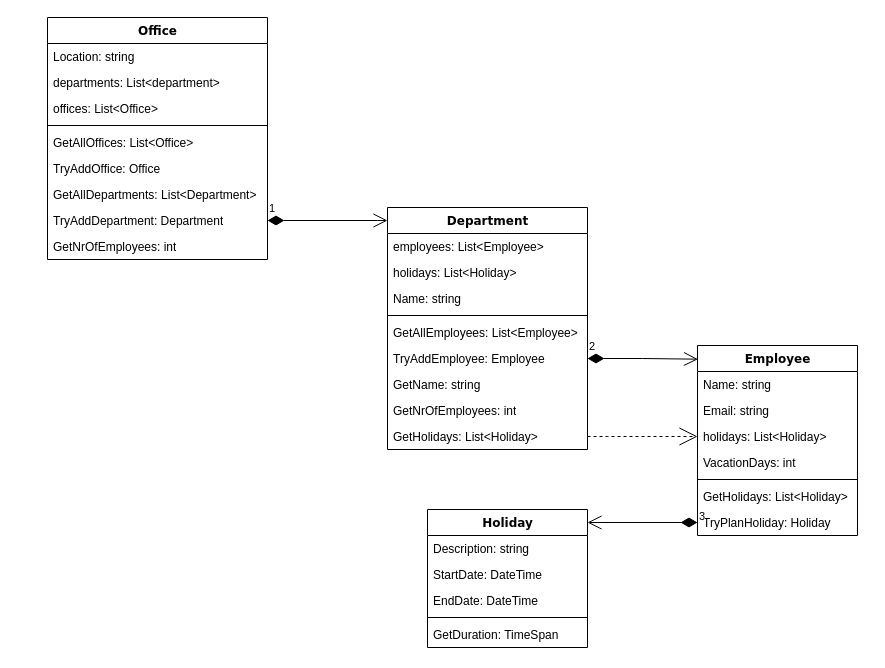
Earlier version of the draw.io diagram Startsemester/Software/Verdieping/VakantiePlanner/Idee/VakantiePlanner.drawio (Bash-04/MyLearningProcess). Source tidied: cells renumbered, new cells numbered last; positions are measured from the earlier drawing's top-left corner, leaving out a move shared by most shapes. Both pictures are drawn from the tidied source at 100%, with x=0, y=0 at pixel (47, 17).
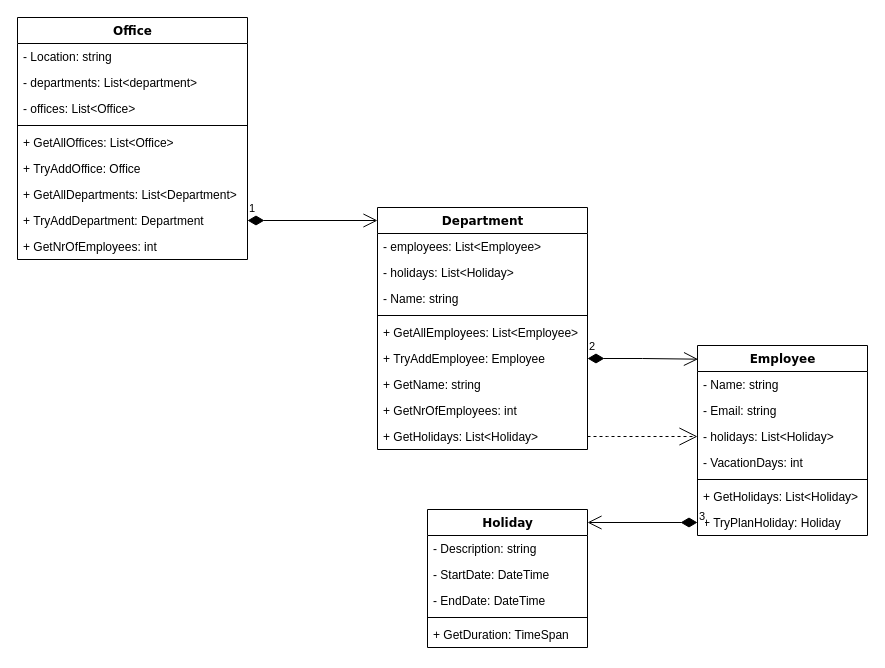
After the change.

Unchanged cells that the change refers to:
```xml
<mxCell id="30" value="Holiday" style="swimlane;html=1;fontStyle=1;align=center;verticalAlign=top;horizontal=1;startSize=26;swimlaneFillColor=#ffffff;rounded=0;shadow=0;comic=0;labelBackgroundColor=none;strokeWidth=1;fillColor=none;fontFamily=Verdana;fontSize=12;" parent="1" vertex="1">
  <mxGeometry x="380" y="492" width="160" height="138" as="geometry" />
</mxCell>
```

The edit, as a diff of the source:
```diff
@@
     <mxCell id="2" value="Office" style="swimlane;html=1;fontStyle=1;align=center;verticalAlign=top;horizontal=1;startSize=26;swimlaneFillColor=#ffffff;rounded=0;shadow=0;comic=0;labelBackgroundColor=none;strokeWidth=1;fillColor=none;fontFamily=Verdana;fontSize=12;" parent="1" vertex="1">
-      <mxGeometry width="220" height="242" as="geometry" />
+      <mxGeometry x="-30" width="230" height="242" as="geometry" />
     </mxCell>
-    <mxCell id="3" value="Location: string" style="text;html=1;strokeColor=none;fillColor=none;align=left;verticalAlign=top;spacingLeft=4;spacingRight=4;whiteSpace=wrap;overflow=hidden;" parent="2" vertex="1">
-      <mxGeometry y="26" width="220" height="26" as="geometry" />
+    <mxCell id="3" value="- Location: string" style="text;html=1;strokeColor=none;fillColor=none;align=left;verticalAlign=top;spacingLeft=4;spacingRight=4;whiteSpace=wrap;overflow=hidden;" parent="2" vertex="1">
+      <mxGeometry y="26" width="230" height="26" as="geometry" />
     </mxCell>
-    <mxCell id="4" value="departments: List&amp;lt;department&amp;gt;" style="text;html=1;strokeColor=none;fillColor=none;align=left;verticalAlign=top;spacingLeft=4;spacingRight=4;whiteSpace=wrap;overflow=hidden;" parent="2" vertex="1">
-      <mxGeometry y="52" width="220" height="26" as="geometry" />
+    <mxCell id="4" value="- departments: List&amp;lt;department&amp;gt;" style="text;html=1;strokeColor=none;fillColor=none;align=left;verticalAlign=top;spacingLeft=4;spacingRight=4;whiteSpace=wrap;overflow=hidden;" parent="2" vertex="1">
+      <mxGeometry y="52" width="230" height="26" as="geometry" />
     </mxCell>
-    <mxCell id="5" value="offices: List&amp;lt;Office&amp;gt;" style="text;html=1;strokeColor=none;fillColor=none;align=left;verticalAlign=top;spacingLeft=4;spacingRight=4;whiteSpace=wrap;overflow=hidden;" parent="2" vertex="1">
-      <mxGeometry y="78" width="220" height="26" as="geometry" />
+    <mxCell id="5" value="- offices: List&amp;lt;Office&amp;gt;" style="text;html=1;strokeColor=none;fillColor=none;align=left;verticalAlign=top;spacingLeft=4;spacingRight=4;whiteSpace=wrap;overflow=hidden;" parent="2" vertex="1">
+      <mxGeometry y="78" width="230" height="26" as="geometry" />
     </mxCell>
     <mxCell id="6" style="line;html=1;strokeWidth=1;fillColor=none;align=left;verticalAlign=middle;spacingTop=-1;spacingLeft=3;spacingRight=3;labelPosition=right;" parent="2" vertex="1">
-      <mxGeometry y="104" width="220" height="8" as="geometry" />
+      <mxGeometry y="104" width="230" height="8" as="geometry" />
     </mxCell>
-    <mxCell id="7" value="GetAllOffices: List&amp;lt;Office&amp;gt;" style="text;html=1;strokeColor=none;fillColor=none;align=left;verticalAlign=top;spacingLeft=4;spacingRight=4;whiteSpace=wrap;overflow=hidden;" parent="2" vertex="1">
-      <mxGeometry y="112" width="220" height="26" as="geometry" />
+    <mxCell id="7" value="+ GetAllOffices: List&amp;lt;Office&amp;gt;" style="text;html=1;strokeColor=none;fillColor=none;align=left;verticalAlign=top;spacingLeft=4;spacingRight=4;whiteSpace=wrap;overflow=hidden;" parent="2" vertex="1">
+      <mxGeometry y="112" width="230" height="26" as="geometry" />
     </mxCell>
-    <mxCell id="8" value="TryAddOffice: Office" style="text;html=1;strokeColor=none;fillColor=none;align=left;verticalAlign=top;spacingLeft=4;spacingRight=4;whiteSpace=wrap;overflow=hidden;" parent="2" vertex="1">
-      <mxGeometry y="138" width="220" height="26" as="geometry" />
+    <mxCell id="8" value="+&amp;nbsp;TryAddOffice: Office" style="text;html=1;strokeColor=none;fillColor=none;align=left;verticalAlign=top;spacingLeft=4;spacingRight=4;whiteSpace=wrap;overflow=hidden;" parent="2" vertex="1">
+      <mxGeometry y="138" width="230" height="26" as="geometry" />
     </mxCell>
-    <mxCell id="9" value="GetAllDepartments: List&amp;lt;Department&amp;gt;" style="text;html=1;strokeColor=none;fillColor=none;align=left;verticalAlign=top;spacingLeft=4;spacingRight=4;whiteSpace=wrap;overflow=hidden;" parent="2" vertex="1">
-      <mxGeometry y="164" width="220" height="26" as="geometry" />
+    <mxCell id="9" value="+&amp;nbsp;GetAllDepartments: List&amp;lt;Department&amp;gt;" style="text;html=1;strokeColor=none;fillColor=none;align=left;verticalAlign=top;spacingLeft=4;spacingRight=4;whiteSpace=wrap;overflow=hidden;" parent="2" vertex="1">
+      <mxGeometry y="164" width="230" height="26" as="geometry" />
     </mxCell>
-    <mxCell id="10" value="TryAddDepartment: Department" style="text;html=1;strokeColor=none;fillColor=none;align=left;verticalAlign=top;spacingLeft=4;spacingRight=4;whiteSpace=wrap;overflow=hidden;points=[[0,0.5],[1,0.5]];portConstraint=eastwest;" parent="2" vertex="1">
-      <mxGeometry y="190" width="220" height="26" as="geometry" />
+    <mxCell id="10" value="+&amp;nbsp;TryAddDepartment: Department" style="text;html=1;strokeColor=none;fillColor=none;align=left;verticalAlign=top;spacingLeft=4;spacingRight=4;whiteSpace=wrap;overflow=hidden;points=[[0,0.5],[1,0.5]];portConstraint=eastwest;" parent="2" vertex="1">
+      <mxGeometry y="190" width="230" height="26" as="geometry" />
     </mxCell>
-    <mxCell id="11" value="GetNrOfEmployees: int" style="text;html=1;strokeColor=none;fillColor=none;align=left;verticalAlign=top;spacingLeft=4;spacingRight=4;whiteSpace=wrap;overflow=hidden;" parent="2" vertex="1">
-      <mxGeometry y="216" width="220" height="26" as="geometry" />
+    <mxCell id="11" value="+&amp;nbsp;GetNrOfEmployees: int" style="text;html=1;strokeColor=none;fillColor=none;align=left;verticalAlign=top;spacingLeft=4;spacingRight=4;whiteSpace=wrap;overflow=hidden;" parent="2" vertex="1">
+      <mxGeometry y="216" width="230" height="26" as="geometry" />
     </mxCell>
     <mxCell id="12" value="Department" style="swimlane;html=1;fontStyle=1;align=center;verticalAlign=top;horizontal=1;startSize=26;swimlaneFillColor=#ffffff;rounded=0;shadow=0;comic=0;labelBackgroundColor=none;strokeWidth=1;fillColor=none;fontFamily=Verdana;fontSize=12;" parent="1" vertex="1">
-      <mxGeometry x="340" y="190" width="200" height="242" as="geometry" />
+      <mxGeometry x="330" y="190" width="210" height="242" as="geometry" />
     </mxCell>
-    <mxCell id="13" value="employees: List&amp;lt;Employee&amp;gt;" style="text;html=1;strokeColor=none;fillColor=none;align=left;verticalAlign=top;spacingLeft=4;spacingRight=4;whiteSpace=wrap;overflow=hidden;" parent="12" vertex="1">
-      <mxGeometry y="26" width="200" height="26" as="geometry" />
+    <mxCell id="13" value="- employees: List&amp;lt;Employee&amp;gt;" style="text;html=1;strokeColor=none;fillColor=none;align=left;verticalAlign=top;spacingLeft=4;spacingRight=4;whiteSpace=wrap;overflow=hidden;" parent="12" vertex="1">
+      <mxGeometry y="26" width="210" height="26" as="geometry" />
     </mxCell>
-    <mxCell id="14" value="holidays: List&amp;lt;Holiday&amp;gt;" style="text;html=1;strokeColor=none;fillColor=none;align=left;verticalAlign=top;spacingLeft=4;spacingRight=4;whiteSpace=wrap;overflow=hidden;" parent="12" vertex="1">
-      <mxGeometry y="52" width="200" height="26" as="geometry" />
+    <mxCell id="14" value="- holidays: List&amp;lt;Holiday&amp;gt;" style="text;html=1;strokeColor=none;fillColor=none;align=left;verticalAlign=top;spacingLeft=4;spacingRight=4;whiteSpace=wrap;overflow=hidden;" parent="12" vertex="1">
+      <mxGeometry y="52" width="210" height="26" as="geometry" />
     </mxCell>
-    <mxCell id="15" value="Name: string" style="text;html=1;strokeColor=none;fillColor=none;align=left;verticalAlign=top;spacingLeft=4;spacingRight=4;whiteSpace=wrap;overflow=hidden;" parent="12" vertex="1">
-      <mxGeometry y="78" width="200" height="26" as="geometry" />
+    <mxCell id="15" value="- Name: string" style="text;html=1;strokeColor=none;fillColor=none;align=left;verticalAlign=top;spacingLeft=4;spacingRight=4;whiteSpace=wrap;overflow=hidden;" parent="12" vertex="1">
+      <mxGeometry y="78" width="210" height="26" as="geometry" />
     </mxCell>
     <mxCell id="16" style="line;html=1;strokeWidth=1;fillColor=none;align=left;verticalAlign=middle;spacingTop=-1;spacingLeft=3;spacingRight=3;labelPosition=right;" parent="12" vertex="1">
-      <mxGeometry y="104" width="200" height="8" as="geometry" />
+      <mxGeometry y="104" width="210" height="8" as="geometry" />
     </mxCell>
-    <mxCell id="17" value="GetAllEmployees: List&amp;lt;Employee&amp;gt;" style="text;html=1;strokeColor=none;fillColor=none;align=left;verticalAlign=top;spacingLeft=4;spacingRight=4;whiteSpace=wrap;overflow=hidden;" parent="12" vertex="1">
-      <mxGeometry y="112" width="200" height="26" as="geometry" />
+    <mxCell id="17" value="+&amp;nbsp;GetAllEmployees: List&amp;lt;Employee&amp;gt;" style="text;html=1;strokeColor=none;fillColor=none;align=left;verticalAlign=top;spacingLeft=4;spacingRight=4;whiteSpace=wrap;overflow=hidden;" parent="12" vertex="1">
+      <mxGeometry y="112" width="210" height="26" as="geometry" />
     </mxCell>
-    <mxCell id="18" value="TryAddEmployee: Employee" style="text;html=1;strokeColor=none;fillColor=none;align=left;verticalAlign=top;spacingLeft=4;spacingRight=4;whiteSpace=wrap;overflow=hidden;points=[[0,0.5],[1,0.5]];portConstraint=eastwest;" parent="12" vertex="1">
-      <mxGeometry y="138" width="200" height="26" as="geometry" />
+    <mxCell id="18" value="+&amp;nbsp;TryAddEmployee: Employee" style="text;html=1;strokeColor=none;fillColor=none;align=left;verticalAlign=top;spacingLeft=4;spacingRight=4;whiteSpace=wrap;overflow=hidden;points=[[0,0.5],[1,0.5]];portConstraint=eastwest;" parent="12" vertex="1">
+      <mxGeometry y="138" width="210" height="26" as="geometry" />
     </mxCell>
-    <mxCell id="19" value="GetName: string" style="text;html=1;strokeColor=none;fillColor=none;align=left;verticalAlign=top;spacingLeft=4;spacingRight=4;whiteSpace=wrap;overflow=hidden;" parent="12" vertex="1">
-      <mxGeometry y="164" width="200" height="26" as="geometry" />
+    <mxCell id="19" value="+&amp;nbsp;GetName: string" style="text;html=1;strokeColor=none;fillColor=none;align=left;verticalAlign=top;spacingLeft=4;spacingRight=4;whiteSpace=wrap;overflow=hidden;" parent="12" vertex="1">
+      <mxGeometry y="164" width="210" height="26" as="geometry" />
     </mxCell>
-    <mxCell id="20" value="GetNrOfEmployees: int" style="text;html=1;strokeColor=none;fillColor=none;align=left;verticalAlign=top;spacingLeft=4;spacingRight=4;whiteSpace=wrap;overflow=hidden;" parent="12" vertex="1">
-      <mxGeometry y="190" width="200" height="26" as="geometry" />
+    <mxCell id="20" value="+&amp;nbsp;GetNrOfEmployees: int" style="text;html=1;strokeColor=none;fillColor=none;align=left;verticalAlign=top;spacingLeft=4;spacingRight=4;whiteSpace=wrap;overflow=hidden;" parent="12" vertex="1">
+      <mxGeometry y="190" width="210" height="26" as="geometry" />
     </mxCell>
-    <mxCell id="21" value="GetHolidays: List&amp;lt;Holiday&amp;gt;" style="text;html=1;strokeColor=none;fillColor=none;align=left;verticalAlign=top;spacingLeft=4;spacingRight=4;whiteSpace=wrap;overflow=hidden;points=[[0,0.5],[1,0.5]];portConstraint=eastwest;" parent="12" vertex="1">
-      <mxGeometry y="216" width="200" height="26" as="geometry" />
+    <mxCell id="21" value="+&amp;nbsp;GetHolidays: List&amp;lt;Holiday&amp;gt;" style="text;html=1;strokeColor=none;fillColor=none;align=left;verticalAlign=top;spacingLeft=4;spacingRight=4;whiteSpace=wrap;overflow=hidden;points=[[0,0.5],[1,0.5]];portConstraint=eastwest;" parent="12" vertex="1">
+      <mxGeometry y="216" width="210" height="26" as="geometry" />
     </mxCell>
     <mxCell id="22" value="Employee" style="swimlane;html=1;fontStyle=1;align=center;verticalAlign=top;horizontal=1;startSize=26;swimlaneFillColor=#ffffff;rounded=0;shadow=0;comic=0;labelBackgroundColor=none;strokeWidth=1;fillColor=none;fontFamily=Verdana;fontSize=12;" parent="1" vertex="1">
-      <mxGeometry x="650" y="328" width="160" height="190" as="geometry" />
+      <mxGeometry x="650" y="328" width="170" height="190" as="geometry" />
     </mxCell>
-    <mxCell id="23" value="Name: string" style="text;html=1;strokeColor=none;fillColor=none;align=left;verticalAlign=top;spacingLeft=4;spacingRight=4;whiteSpace=wrap;overflow=hidden;" parent="22" vertex="1">
-      <mxGeometry y="26" width="160" height="26" as="geometry" />
+    <mxCell id="23" value="- Name: string" style="text;html=1;strokeColor=none;fillColor=none;align=left;verticalAlign=top;spacingLeft=4;spacingRight=4;whiteSpace=wrap;overflow=hidden;" parent="22" vertex="1">
+      <mxGeometry y="26" width="170" height="26" as="geometry" />
     </mxCell>
-    <mxCell id="24" value="Email: string" style="text;html=1;strokeColor=none;fillColor=none;align=left;verticalAlign=top;spacingLeft=4;spacingRight=4;whiteSpace=wrap;overflow=hidden;" parent="22" vertex="1">
-      <mxGeometry y="52" width="160" height="26" as="geometry" />
+    <mxCell id="24" value="-&amp;nbsp;Email: string" style="text;html=1;strokeColor=none;fillColor=none;align=left;verticalAlign=top;spacingLeft=4;spacingRight=4;whiteSpace=wrap;overflow=hidden;" parent="22" vertex="1">
+      <mxGeometry y="52" width="170" height="26" as="geometry" />
     </mxCell>
-    <mxCell id="25" value="holidays: List&amp;lt;Holiday&amp;gt;" style="text;html=1;strokeColor=none;fillColor=none;align=left;verticalAlign=top;spacingLeft=4;spacingRight=4;whiteSpace=wrap;overflow=hidden;points=[[0,0.5],[1,0.5]];portConstraint=eastwest;" parent="22" vertex="1">
-      <mxGeometry y="78" width="160" height="26" as="geometry" />
+    <mxCell id="25" value="-&amp;nbsp;holidays: List&amp;lt;Holiday&amp;gt;" style="text;html=1;strokeColor=none;fillColor=none;align=left;verticalAlign=top;spacingLeft=4;spacingRight=4;whiteSpace=wrap;overflow=hidden;points=[[0,0.5],[1,0.5]];portConstraint=eastwest;" parent="22" vertex="1">
+      <mxGeometry y="78" width="170" height="26" as="geometry" />
     </mxCell>
-    <mxCell id="26" value="VacationDays: int" style="text;html=1;strokeColor=none;fillColor=none;align=left;verticalAlign=top;spacingLeft=4;spacingRight=4;whiteSpace=wrap;overflow=hidden;" parent="22" vertex="1">
-      <mxGeometry y="104" width="160" height="26" as="geometry" />
+    <mxCell id="26" value="-&amp;nbsp;VacationDays: int" style="text;html=1;strokeColor=none;fillColor=none;align=left;verticalAlign=top;spacingLeft=4;spacingRight=4;whiteSpace=wrap;overflow=hidden;" parent="22" vertex="1">
+      <mxGeometry y="104" width="170" height="26" as="geometry" />
     </mxCell>
     <mxCell id="27" style="line;html=1;strokeWidth=1;fillColor=none;align=left;verticalAlign=middle;spacingTop=-1;spacingLeft=3;spacingRight=3;labelPosition=right;" parent="22" vertex="1">
-      <mxGeometry y="130" width="160" height="8" as="geometry" />
+      <mxGeometry y="130" width="170" height="8" as="geometry" />
     </mxCell>
-    <mxCell id="28" value="GetHolidays: List&amp;lt;Holiday&amp;gt;" style="text;html=1;strokeColor=none;fillColor=none;align=left;verticalAlign=top;spacingLeft=4;spacingRight=4;whiteSpace=wrap;overflow=hidden;" parent="22" vertex="1">
-      <mxGeometry y="138" width="160" height="26" as="geometry" />
+    <mxCell id="28" value="+ GetHolidays: List&amp;lt;Holiday&amp;gt;" style="text;html=1;strokeColor=none;fillColor=none;align=left;verticalAlign=top;spacingLeft=4;spacingRight=4;whiteSpace=wrap;overflow=hidden;" parent="22" vertex="1">
+      <mxGeometry y="138" width="170" height="26" as="geometry" />
     </mxCell>
-    <mxCell id="29" value="TryPlanHoliday: Holiday" style="text;html=1;strokeColor=none;fillColor=none;align=left;verticalAlign=top;spacingLeft=4;spacingRight=4;whiteSpace=wrap;overflow=hidden;points=[[0,0.5],[1,0.5]];portConstraint=eastwest;" parent="22" vertex="1">
-      <mxGeometry y="164" width="160" height="26" as="geometry" />
+    <mxCell id="29" value="+ TryPlanHoliday: Holiday" style="text;html=1;strokeColor=none;fillColor=none;align=left;verticalAlign=top;spacingLeft=4;spacingRight=4;whiteSpace=wrap;overflow=hidden;points=[[0,0.5],[1,0.5]];portConstraint=eastwest;" parent="22" vertex="1">
+      <mxGeometry y="164" width="170" height="26" as="geometry" />
     </mxCell>
@@
-    <mxCell id="31" value="Description: string" style="text;html=1;strokeColor=none;fillColor=none;align=left;verticalAlign=top;spacingLeft=4;spacingRight=4;whiteSpace=wrap;overflow=hidden;" parent="30" vertex="1">
+    <mxCell id="31" value="-&amp;nbsp;Description: string" style="text;html=1;strokeColor=none;fillColor=none;align=left;verticalAlign=top;spacingLeft=4;spacingRight=4;whiteSpace=wrap;overflow=hidden;" parent="30" vertex="1">
       <mxGeometry y="26" width="160" height="26" as="geometry" />
     </mxCell>
-    <mxCell id="32" value="StartDate: DateTime" style="text;html=1;strokeColor=none;fillColor=none;align=left;verticalAlign=top;spacingLeft=4;spacingRight=4;whiteSpace=wrap;overflow=hidden;" parent="30" vertex="1">
+    <mxCell id="32" value="-&amp;nbsp;StartDate: DateTime" style="text;html=1;strokeColor=none;fillColor=none;align=left;verticalAlign=top;spacingLeft=4;spacingRight=4;whiteSpace=wrap;overflow=hidden;" parent="30" vertex="1">
       <mxGeometry y="52" width="160" height="26" as="geometry" />
     </mxCell>
-    <mxCell id="33" value="EndDate: DateTime" style="text;html=1;strokeColor=none;fillColor=none;align=left;verticalAlign=top;spacingLeft=4;spacingRight=4;whiteSpace=wrap;overflow=hidden;" parent="30" vertex="1">
+    <mxCell id="33" value="-&amp;nbsp;EndDate: DateTime" style="text;html=1;strokeColor=none;fillColor=none;align=left;verticalAlign=top;spacingLeft=4;spacingRight=4;whiteSpace=wrap;overflow=hidden;" parent="30" vertex="1">
       <mxGeometry y="78" width="160" height="26" as="geometry" />
     </mxCell>
@@
-    <mxCell id="35" value="GetDuration: TimeSpan" style="text;html=1;strokeColor=none;fillColor=none;align=left;verticalAlign=top;spacingLeft=4;spacingRight=4;whiteSpace=wrap;overflow=hidden;" parent="30" vertex="1">
+    <mxCell id="35" value="+ GetDuration: TimeSpan" style="text;html=1;strokeColor=none;fillColor=none;align=left;verticalAlign=top;spacingLeft=4;spacingRight=4;whiteSpace=wrap;overflow=hidden;" parent="30" vertex="1">
       <mxGeometry y="112" width="160" height="26" as="geometry" />
     </mxCell>
```
